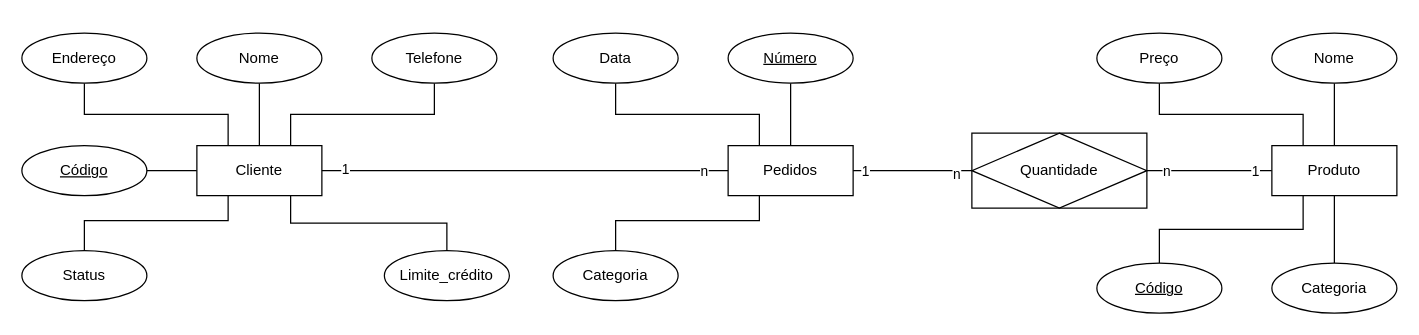
Before: Diagramas/Atividade Avaliativa 01.drawio in bruniculos08/BAN1002, a draw.io diagram. Source tidied: cells renumbered, new cells numbered last; positions are measured from the earlier drawing's top-left corner, leaving out a move shared by most shapes. Both pictures are drawn from the tidied source at 125%, with x=0, y=0 at pixel (21, 32).
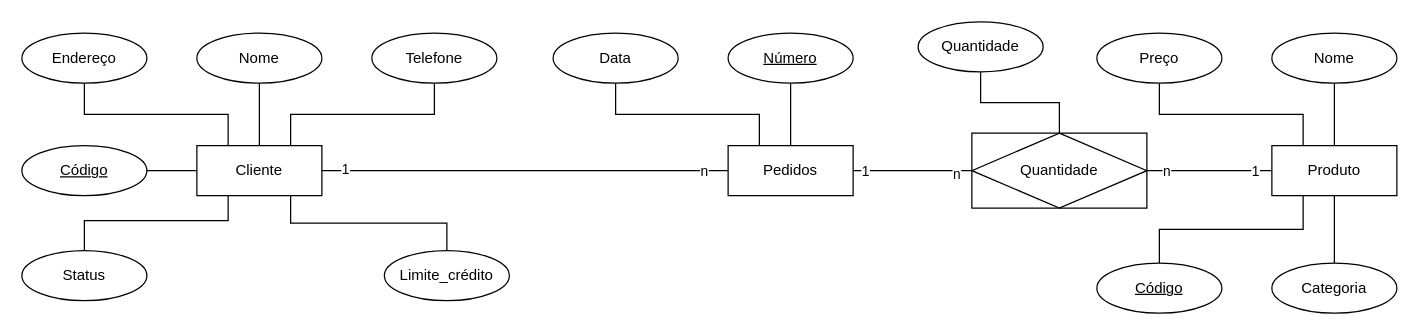
The same page after the edit.

The change refers to these unchanged cells:
```xml
<mxCell id="31" value="Pedidos" style="whiteSpace=wrap;html=1;align=center;" parent="1" vertex="1">
  <mxGeometry x="565" y="90" width="100" height="40" as="geometry" />
</mxCell>
<mxCell id="40" value="Quantidade" style="shape=associativeEntity;whiteSpace=wrap;html=1;align=center;" parent="1" vertex="1">
  <mxGeometry x="760" y="80" width="140" height="60" as="geometry" />
</mxCell>
```

Change to the diagram source:
```diff
@@
-    <mxCell id="27" style="edgeStyle=orthogonalEdgeStyle;rounded=0;jettySize=auto;html=1;exitX=0.25;exitY=1;exitDx=0;exitDy=0;entryX=0.5;entryY=0;entryDx=0;entryDy=0;endArrow=none;endFill=0;" parent="1" edge="1" source="31" target="34">
-      <mxGeometry relative="1" as="geometry">
-        <Array as="points">
-          <mxPoint x="590" y="150" />
-          <mxPoint x="475" y="150" />
-        </Array>
-      </mxGeometry>
-    </mxCell>
@@
-    <mxCell id="34" value="Categoria" style="ellipse;whiteSpace=wrap;html=1;align=center;" parent="1" vertex="1">
-      <mxGeometry x="425" y="174" width="100" height="40" as="geometry" />
-    </mxCell>
@@
+    <mxCell id="41" style="edgeStyle=orthogonalEdgeStyle;rounded=0;jettySize=auto;html=1;exitX=0.5;exitY=0;exitDx=0;exitDy=0;entryX=0.5;entryY=1;entryDx=0;entryDy=0;endArrow=none;endFill=0;" parent="1" edge="1" source="40" target="42">
+      <mxGeometry relative="1" as="geometry" />
+    </mxCell>
@@
+    <mxCell id="42" value="Quantidade" style="ellipse;whiteSpace=wrap;html=1;align=center;" parent="1" vertex="1">
+      <mxGeometry x="717" y="-9" width="100" height="40" as="geometry" />
+    </mxCell>
```
